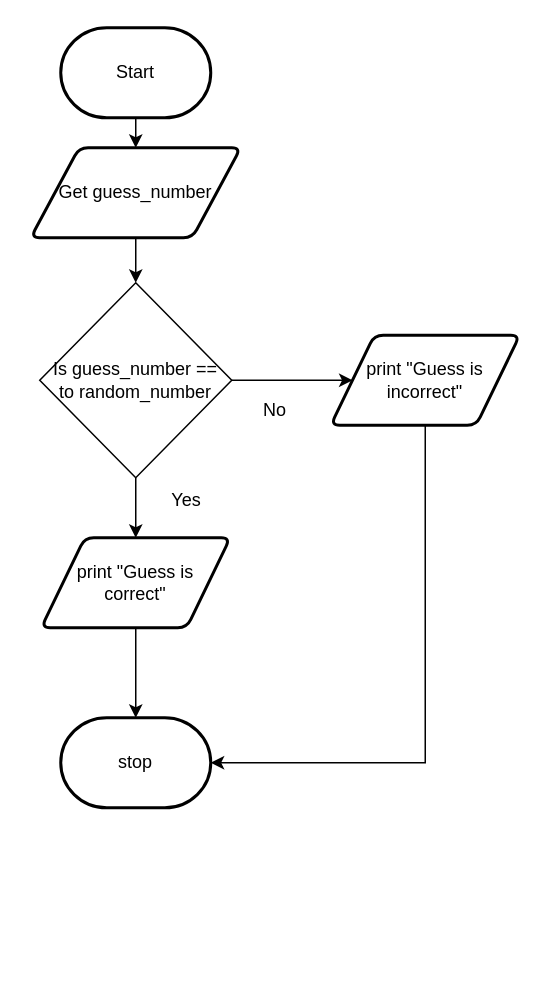
Earlier version of the draw.io diagram FlowChart.Drawio (JacksonNaufal/ICS3U-Unit3-03-Python). Source tidied: cells renumbered, new cells numbered last; positions are measured from the earlier drawing's top-left corner, leaving out a move shared by most shapes. Both pictures are drawn from the tidied source at 150%, with x=0, y=0 at pixel (30, 27).
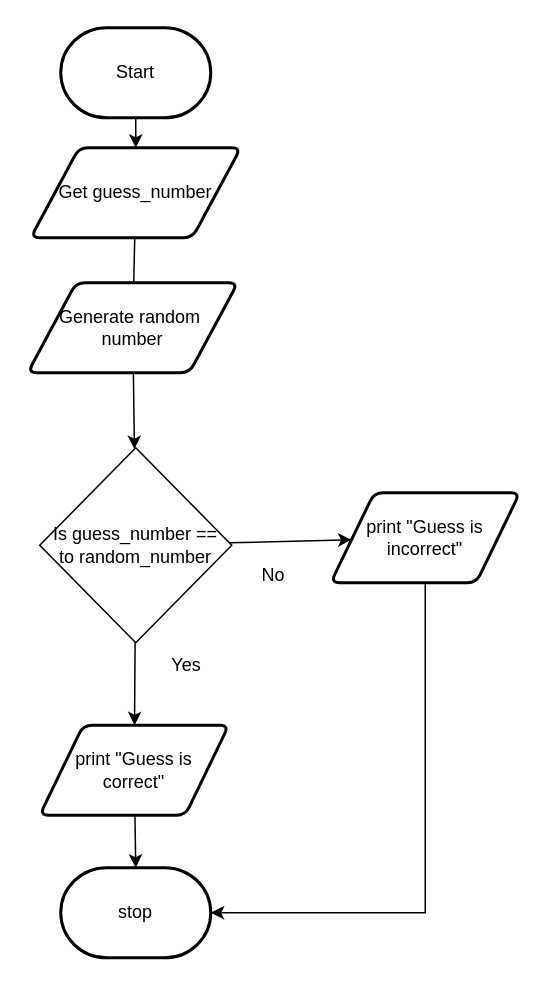
After the change.

The edit, as a diff of the source:
```diff
@@
 <mxGraphModel>
   <root>
     <mxCell id="0" />
     <mxCell id="1" parent="0" />
     <mxCell id="2" style="edgeStyle=none;html=1;" parent="1" edge="1" source="3" target="5">
       <mxGeometry relative="1" as="geometry" />
     </mxCell>
     <mxCell id="3" value="Start" style="strokeWidth=2;html=1;shape=mxgraph.flowchart.terminator;whiteSpace=wrap;" parent="1" vertex="1">
       <mxGeometry x="20" width="100" height="60" as="geometry" />
     </mxCell>
-    <mxCell id="4" style="edgeStyle=none;html=1;" parent="1" edge="1" source="5" target="11">
+    <mxCell id="4" style="edgeStyle=none;html=1;startArrow=none;" parent="1" edge="1" source="16" target="11">
       <mxGeometry relative="1" as="geometry" />
     </mxCell>
     <mxCell id="5" value="Get guess_number" style="shape=parallelogram;html=1;strokeWidth=2;perimeter=parallelogramPerimeter;whiteSpace=wrap;rounded=1;arcSize=12;size=0.23;" parent="1" vertex="1">
       <mxGeometry y="80" width="140" height="60" as="geometry" />
     </mxCell>
     <mxCell id="6" style="edgeStyle=none;html=1;entryX=0.5;entryY=0;entryDx=0;entryDy=0;entryPerimeter=0;" parent="1" edge="1" source="7" target="8">
       <mxGeometry relative="1" as="geometry" />
     </mxCell>
     <mxCell id="7" value="print &quot;Guess is &lt;br&gt;correct&quot;" style="shape=parallelogram;html=1;strokeWidth=2;perimeter=parallelogramPerimeter;whiteSpace=wrap;rounded=1;arcSize=12;size=0.23;" parent="1" vertex="1">
-      <mxGeometry x="7" y="340" width="126" height="60" as="geometry" />
+      <mxGeometry x="6" y="465" width="126" height="60" as="geometry" />
     </mxCell>
     <mxCell id="8" value="stop" style="strokeWidth=2;html=1;shape=mxgraph.flowchart.terminator;whiteSpace=wrap;rounded=1;" parent="1" vertex="1">
-      <mxGeometry x="20" y="460" width="100" height="60" as="geometry" />
+      <mxGeometry x="20" y="560" width="100" height="60" as="geometry" />
     </mxCell>
     <mxCell id="9" style="edgeStyle=none;html=1;" parent="1" edge="1" source="11" target="7">
       <mxGeometry relative="1" as="geometry" />
     </mxCell>
     <mxCell id="10" style="edgeStyle=none;html=1;" parent="1" edge="1" source="11" target="15">
       <mxGeometry relative="1" as="geometry" />
     </mxCell>
     <mxCell id="11" value="Is guess_number == &lt;br&gt;to random_number" style="rhombus;whiteSpace=wrap;html=1;" parent="1" vertex="1">
-      <mxGeometry x="6" y="170" width="128" height="130" as="geometry" />
+      <mxGeometry x="6" y="280" width="128" height="130" as="geometry" />
     </mxCell>
     <mxCell id="12" value="No" style="text;html=1;strokeColor=none;fillColor=none;align=center;verticalAlign=middle;whiteSpace=wrap;rounded=0;fontSize=12;" parent="1" vertex="1">
-      <mxGeometry x="133" y="240" width="60" height="30" as="geometry" />
+      <mxGeometry x="132" y="350" width="60" height="30" as="geometry" />
     </mxCell>
     <mxCell id="13" value="Yes" style="text;html=1;strokeColor=none;fillColor=none;align=center;verticalAlign=middle;whiteSpace=wrap;rounded=0;fontSize=12;" parent="1" vertex="1">
-      <mxGeometry x="74" y="300" width="60" height="30" as="geometry" />
+      <mxGeometry x="74" y="410" width="60" height="30" as="geometry" />
     </mxCell>
     <mxCell id="14" style="edgeStyle=none;html=1;entryX=1;entryY=0.5;entryDx=0;entryDy=0;entryPerimeter=0;rounded=0;" parent="1" edge="1" source="15" target="8">
       <mxGeometry relative="1" as="geometry">
         <Array as="points">
-          <mxPoint x="263" y="490" />
+          <mxPoint x="263" y="590" />
         </Array>
       </mxGeometry>
     </mxCell>
     <mxCell id="15" value="print &quot;Guess is &lt;br&gt;incorrect&quot;" style="shape=parallelogram;html=1;strokeWidth=2;perimeter=parallelogramPerimeter;whiteSpace=wrap;rounded=1;arcSize=12;size=0.23;" parent="1" vertex="1">
-      <mxGeometry x="200" y="205" width="126" height="60" as="geometry" />
+      <mxGeometry x="200" y="310" width="126" height="60" as="geometry" />
     </mxCell>
+    <mxCell id="16" value="Generate random&amp;nbsp;&lt;br&gt;number" style="shape=parallelogram;html=1;strokeWidth=2;perimeter=parallelogramPerimeter;whiteSpace=wrap;rounded=1;arcSize=12;size=0.23;" parent="1" vertex="1">
+      <mxGeometry x="-2" y="170" width="140" height="60" as="geometry" />
+    </mxCell>
+    <mxCell id="17" style="edgeStyle=none;html=1;endArrow=none;" parent="1" edge="1" source="5" target="16">
+      <mxGeometry relative="1" as="geometry" />
+    </mxCell>
   </root>
 </mxGraphModel>
```
